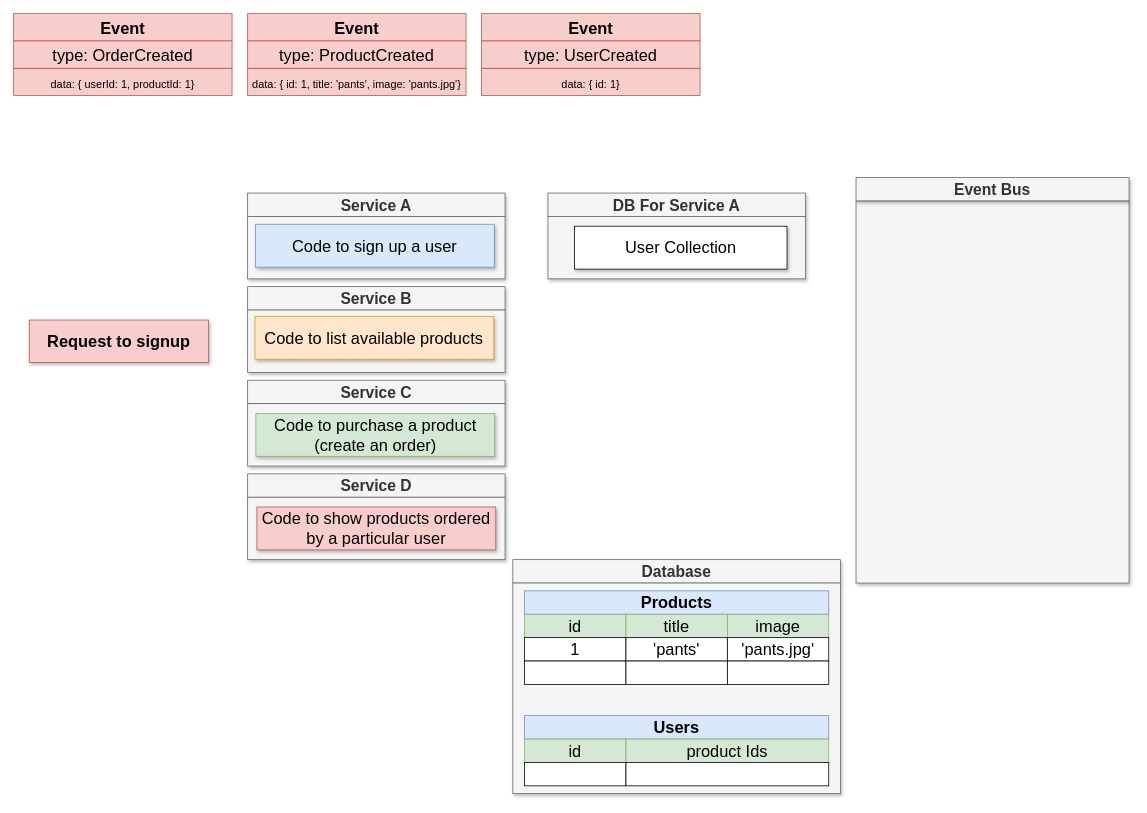
Earlier version of the draw.io diagram page "12b - async" (17 of 23) of class/04-micro-services-async/04-micro-services-async.drawio (scalable-web-systems/497s-F22). Source tidied: cells renumbered, new cells numbered last; positions are measured from the earlier drawing's top-left corner, leaving out a move shared by most shapes. Both pictures are drawn from the tidied source at 78%, with x=0, y=0 at pixel (13, 13).
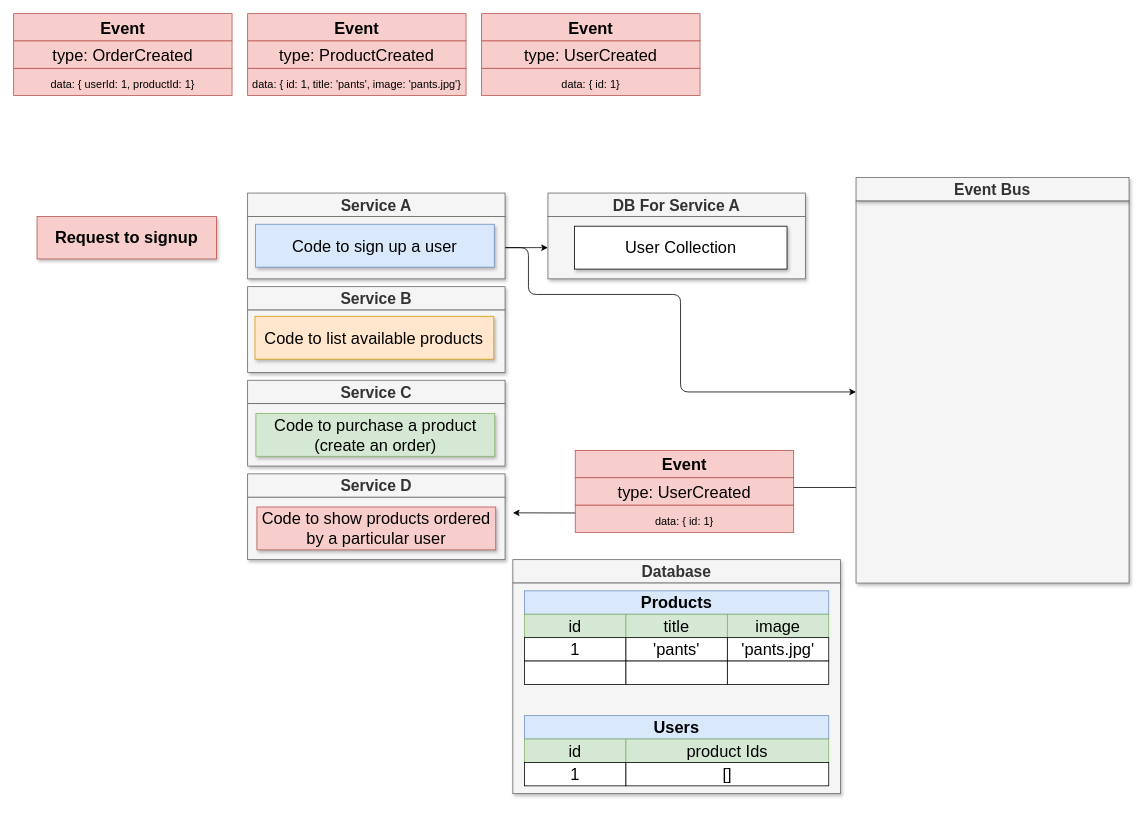
The same diagram, later.

The change refers to these unchanged cells:
```xml
<mxCell id="5" style="rounded=0;whiteSpace=wrap;html=1;shadow=1;fontSize=28;fillColor=#f5f5f5;strokeColor=#666666;fontColor=#333333;" parent="1" vertex="1">
  <mxGeometry x="300" y="260" width="330" height="80" as="geometry" />
</mxCell>
<mxCell id="11" style="rounded=0;whiteSpace=wrap;html=1;shadow=1;fontSize=28;fillColor=#f5f5f5;strokeColor=#666666;fontColor=#333333;" parent="1" vertex="1">
  <mxGeometry x="1080" y="240" width="350" height="490" as="geometry" />
</mxCell>
<mxCell id="47" style="rounded=0;whiteSpace=wrap;html=1;shadow=1;fontSize=28;fillColor=#f5f5f5;strokeColor=#666666;fontColor=#333333;" parent="1" vertex="1">
  <mxGeometry x="685" y="260" width="330" height="80" as="geometry" />
</mxCell>
```

Change to the diagram source:
```diff
@@
+    <mxCell id="55" style="edgeStyle=orthogonalEdgeStyle;html=1;exitX=1;exitY=0.5;exitDx=0;exitDy=0;entryX=0;entryY=0.5;entryDx=0;entryDy=0;" parent="1" edge="1" source="5" target="47">
+      <mxGeometry relative="1" as="geometry" />
+    </mxCell>
+    <mxCell id="56" style="edgeStyle=orthogonalEdgeStyle;html=1;exitX=1;exitY=0.5;exitDx=0;exitDy=0;" parent="1" edge="1" source="5" target="11">
+      <mxGeometry relative="1" as="geometry">
+        <Array as="points">
+          <mxPoint x="660" y="300" />
+          <mxPoint x="660" y="360" />
+          <mxPoint x="855" y="360" />
+          <mxPoint x="855" y="485" />
+        </Array>
+      </mxGeometry>
+    </mxCell>
@@
+    <mxCell id="57" style="edgeStyle=orthogonalEdgeStyle;html=1;exitX=0;exitY=0.75;exitDx=0;exitDy=0;" parent="1" edge="1" source="11">
+      <mxGeometry relative="1" as="geometry">
+        <mxPoint x="640" y="640" as="targetPoint" />
+      </mxGeometry>
+    </mxCell>
@@
-    <mxCell id="28" style="rounded=0;whiteSpace=wrap;html=1;shadow=0;fontSize=21;" parent="1" vertex="1">
+    <mxCell id="28" value="1" style="rounded=0;whiteSpace=wrap;html=1;shadow=0;fontSize=21;" parent="1" vertex="1">
       <mxGeometry x="655" y="960" width="130" height="30" as="geometry" />
     </mxCell>
-    <mxCell id="29" style="rounded=0;whiteSpace=wrap;html=1;shadow=0;fontSize=21;" parent="1" vertex="1">
+    <mxCell id="29" value="[]" style="rounded=0;whiteSpace=wrap;html=1;shadow=0;fontSize=21;" parent="1" vertex="1">
       <mxGeometry x="785" y="960" width="260" height="30" as="geometry" />
     </mxCell>
@@
     <mxCell id="33" value="Request to signup" style="rounded=0;whiteSpace=wrap;html=1;shadow=1;fontSize=21;fillColor=#f8cecc;strokeColor=#b85450;fontStyle=1;" parent="1" vertex="1">
-      <mxGeometry x="20" y="392.8" width="230" height="54.5" as="geometry" />
+      <mxGeometry x="30" y="260" width="230" height="54.5" as="geometry" />
     </mxCell>
@@
+    <mxCell id="58" style="group;" parent="1" vertex="1">
+      <mxGeometry x="720" y="560" width="280" height="105" as="geometry" />
+    </mxCell>
+    <mxCell id="59" style="group;" parent="58" vertex="1">
+      <mxGeometry width="280" height="105" as="geometry" />
+    </mxCell>
+    <mxCell id="60" style="group;fontSize=8;" parent="59" vertex="1">
+      <mxGeometry width="280" height="105" as="geometry" />
+    </mxCell>
+    <mxCell id="61" value="&lt;font style=&quot;font-size: 14px&quot;&gt;data: { id: 1}&lt;/font&gt;" style="rounded=0;whiteSpace=wrap;html=1;shadow=0;fontSize=21;fillColor=#f8cecc;strokeColor=#b85450;" parent="60" vertex="1">
+      <mxGeometry y="70" width="280" height="35" as="geometry" />
+    </mxCell>
+    <mxCell id="62" value="&lt;b&gt;Event&lt;/b&gt;" style="rounded=0;whiteSpace=wrap;html=1;shadow=0;fontSize=21;fillColor=#f8cecc;strokeColor=#b85450;" parent="60" vertex="1">
+      <mxGeometry width="280" height="35" as="geometry" />
+    </mxCell>
+    <mxCell id="63" value="&lt;span&gt;type: UserCreated&lt;/span&gt;" style="rounded=0;whiteSpace=wrap;html=1;shadow=0;fontSize=21;fillColor=#f8cecc;strokeColor=#b85450;fontStyle=0;" parent="60" vertex="1">
+      <mxGeometry y="35" width="280" height="35" as="geometry" />
+    </mxCell>
```
